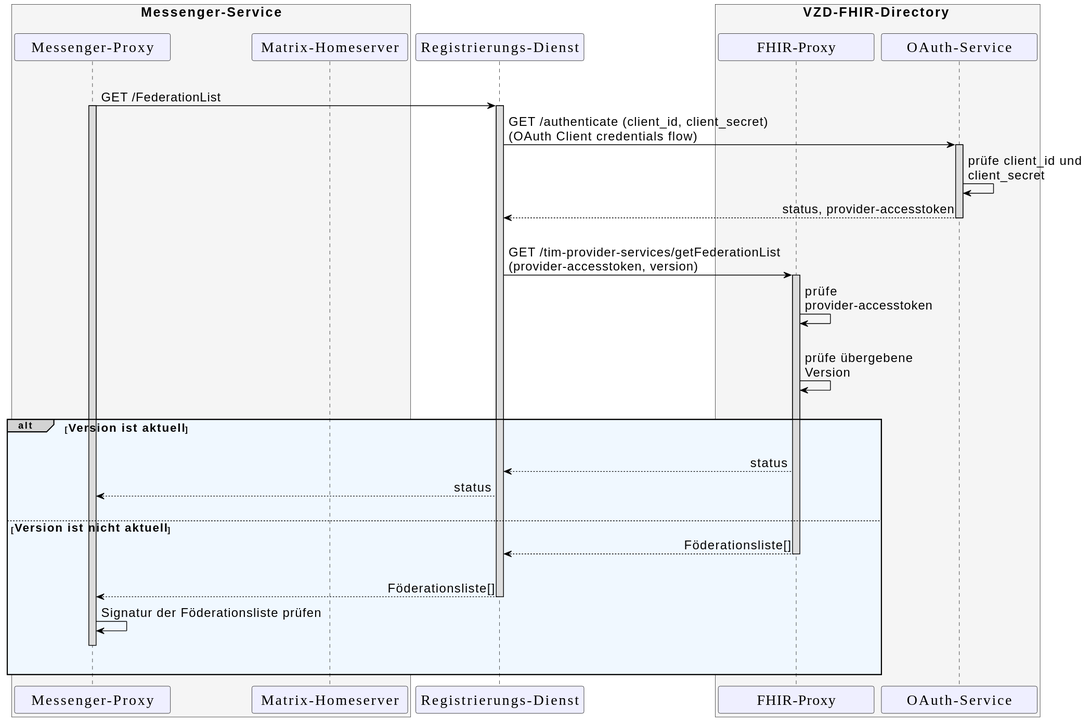
Earlier version of the PlantUML export images/diagrams/TI-Messenger-Dienst/Ressourcen/UC_Update_Federationlist_Seq.svg (gematik/api-ti-messenger).
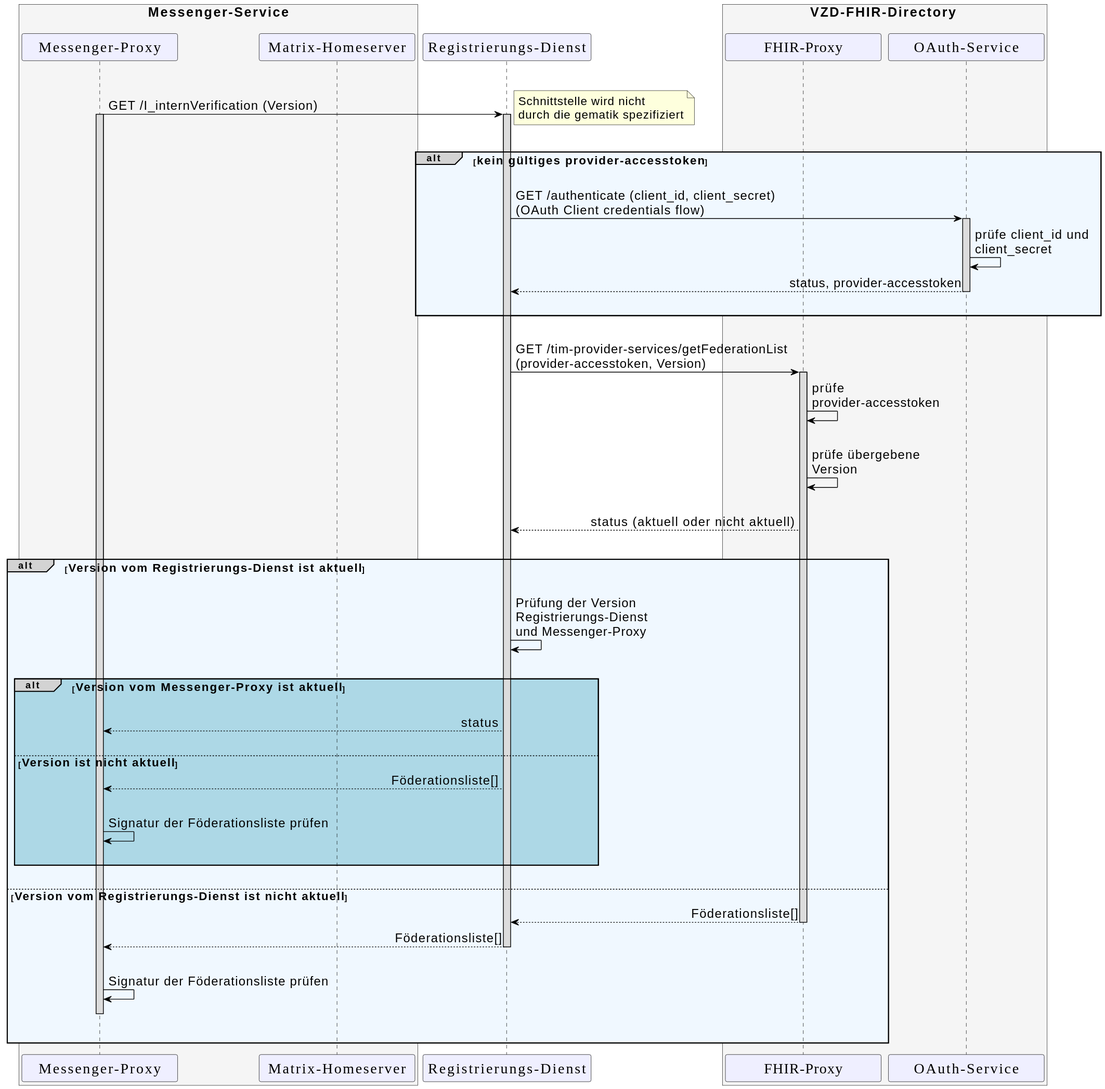
After the change.

Diff of the diagram source:
```diff
@@ -36,37 +36,59 @@
     end box
 
   |||
-  MP->RD: GET /FederationList
+  MP->RD: GET /I_internVerification (Version)
+  note right: <size:16>Schnittstelle wird nicht \n<size:16>durch die gematik spezifiziert</size>
+  |||
     Activate MP
     Activate RD
 
-  RD->AS: GET /authenticate (client_id, client_secret) \n(OAuth Client credentials flow)
-    Activate AS
-  AS->AS: prüfe client_id und \nclient_secret
-  AS-->RD: status, provider-accesstoken
-    Deactivate AS
+
+  alt#LightGrey #AliceBlue <size:16>kein gültiges provider-accesstoken</size>
+    |||
+    RD->AS: GET /authenticate (client_id, client_secret) \n(OAuth Client credentials flow)
+      Activate AS
+    AS->AS: prüfe client_id und \nclient_secret
+    AS-->RD: status, provider-accesstoken
+      Deactivate AS
+    |||
+  end
 
   |||
-  RD->FP: GET /tim-provider-services/getFederationList \n(provider-accesstoken, version)
+  RD->FP: GET /tim-provider-services/getFederationList \n(provider-accesstoken, Version)
     Activate FP
   FP->FP: prüfe \nprovider-accesstoken
   |||
   FP->FP: prüfe übergebene \nVersion
 
 |||
-alt#LightGrey #AliceBlue <size:16>Version ist aktuell</size>
-|||
 
-    FP-->RD: status
-    RD-->MP: status
+  FP-->RD: status (aktuell oder nicht aktuell)
+  |||
+
+alt#LightGrey #AliceBlue <size:16>Version vom Registrierungs-Dienst ist aktuell</size>
+    |||
+    RD->RD: Prüfung der Version \nRegistrierungs-Dienst \nund Messenger-Proxy
+
+      |||
+      alt#LightGrey #LightBlue <size:16>Version vom Messenger-Proxy ist aktuell</size>
+      |||
+          RD-->MP: status
+          |||
+
+          else <size:16>Version ist nicht aktuell</size>
+            RD-->MP: Föderationsliste[]
+            |||
+            MP->MP: Signatur der Föderationsliste prüfen
+            |||
+      end
     |||
 
-    else <size:16>Version ist nicht aktuell</size>
+    else <size:16>Version vom Registrierungs-Dienst ist nicht aktuell</size>
        FP-->RD: Föderationsliste[]
         Deactivate FP
-       |||
       RD-->MP: Föderationsliste[]
         Deactivate RD
+      |||
       MP->MP: Signatur der Föderationsliste prüfen
       MP-[hidden]->MP
         deactivate MP
```
